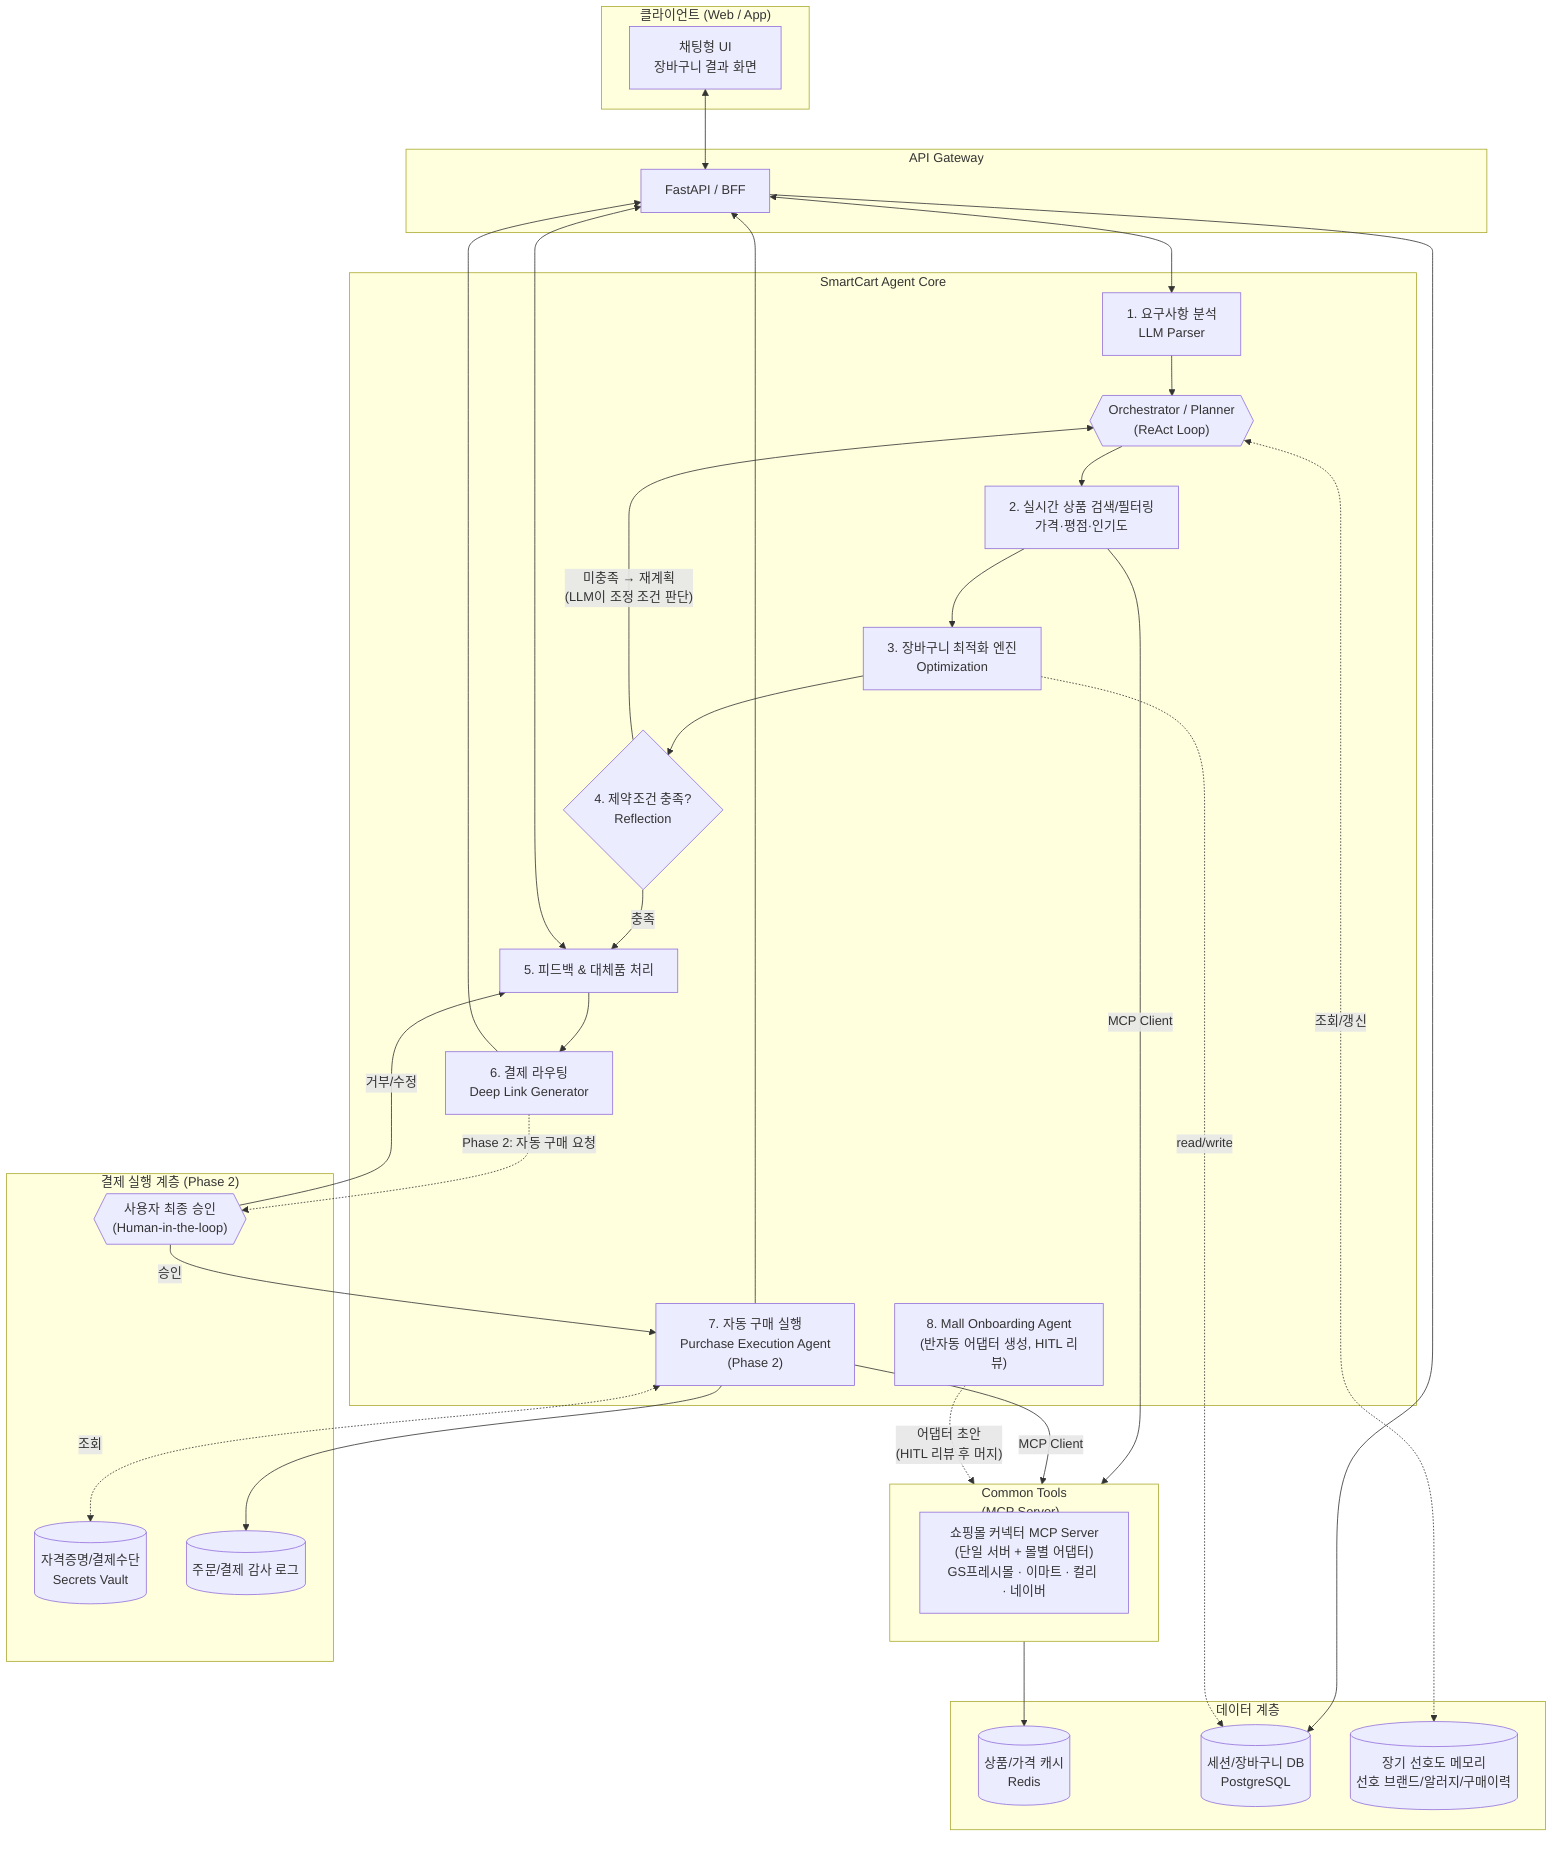
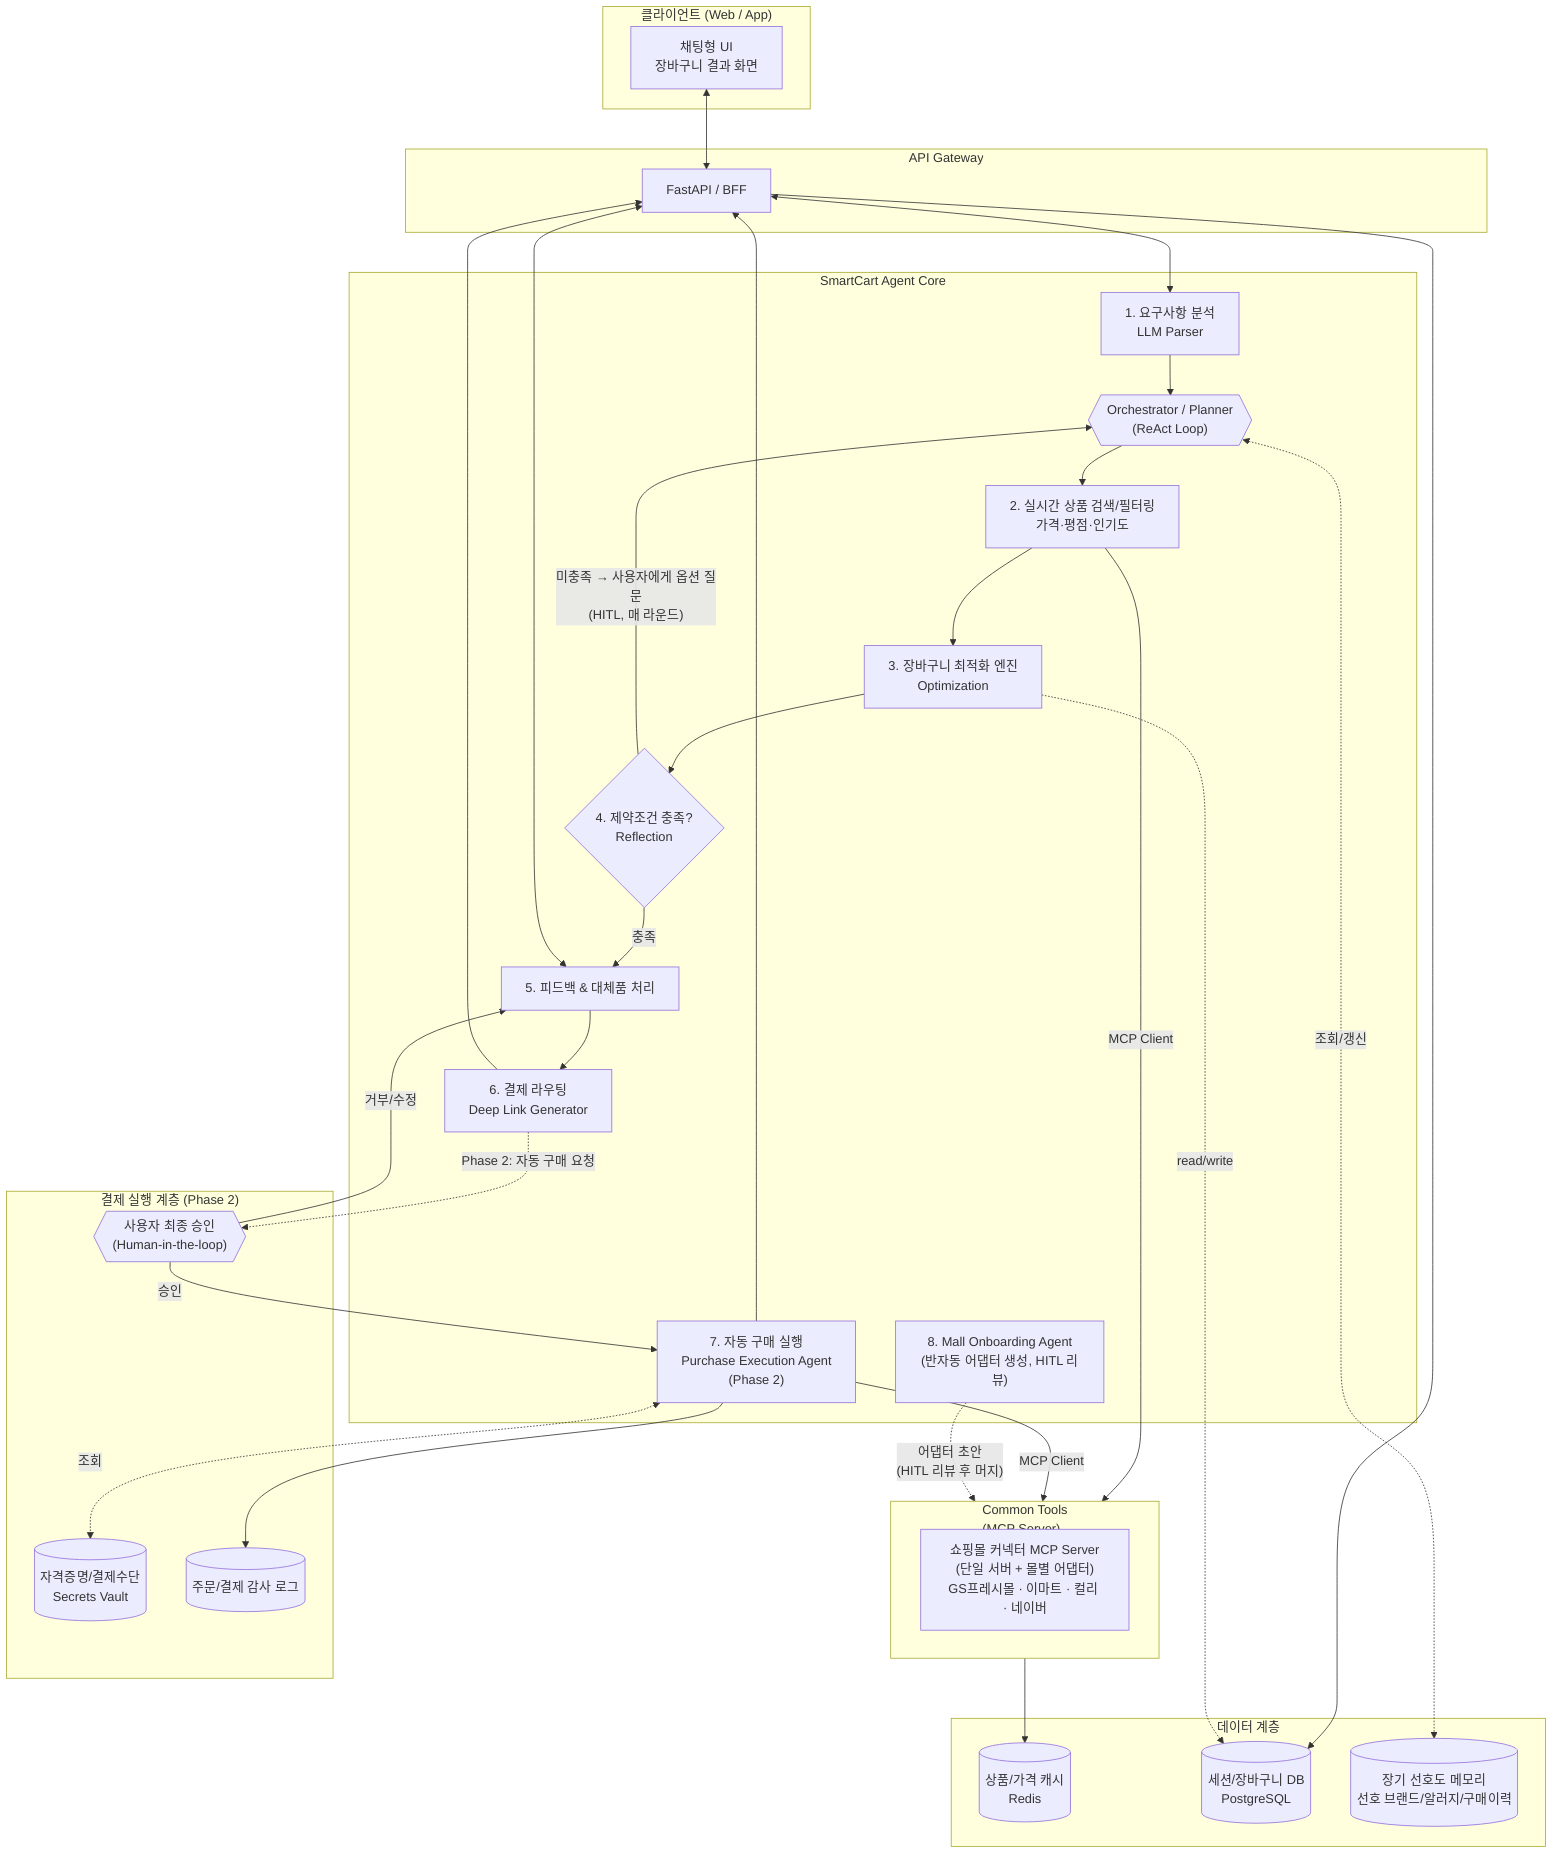
flowchart TB
    subgraph Client["클라이언트 (Web / App)"]
        UI[채팅형 UI<br/>장바구니 결과 화면]
    end

    subgraph Gateway["API Gateway"]
        GW[FastAPI / BFF]
    end

    subgraph Agent["SmartCart Agent Core"]
        Parser[1. 요구사항 분석<br/>LLM Parser]
        Orchestrator{{"Orchestrator / Planner<br/>(ReAct Loop)"}}
        Search[2. 실시간 상품 검색/필터링<br/>가격·평점·인기도]
        Optimizer[3. 장바구니 최적화 엔진<br/>Optimization]
        Reflect{4. 제약조건 충족?<br/>Reflection}
        Feedback[5. 피드백 & 대체품 처리]
        Router[6. 결제 라우팅<br/>Deep Link Generator]
        Purchase["7. 자동 구매 실행<br/>Purchase Execution Agent<br/>(Phase 2)"]
        Onboarding["8. Mall Onboarding Agent<br/>(반자동 어댑터 생성, HITL 리뷰)"]
    end

    subgraph Tools["Common Tools<br/>(MCP Server)"]
        MallConnector["쇼핑몰 커넥터 MCP Server<br/>(단일 서버 + 몰별 어댑터)<br/>GS프레시몰 · 이마트 · 컬리 · 네이버"]
    end

    subgraph Checkout["결제 실행 계층 (Phase 2)"]
        HITL{{"사용자 최종 승인<br/>(Human-in-the-loop)"}}
        Vault[(자격증명/결제수단<br/>Secrets Vault)]
        AuditLog[(주문/결제 감사 로그)]
    end

    subgraph Data["데이터 계층"]
        Cache[(상품/가격 캐시<br/>Redis)]
        DB[(세션/장바구니 DB<br/>PostgreSQL)]
        Memory[(장기 선호도 메모리<br/>선호 브랜드/알러지/구매이력)]
    end

    UI <--> GW
    GW <--> Parser
    Parser --> Orchestrator
    Orchestrator --> Search
    Search -- "MCP Client" --> Tools
    Tools --> Cache
    Search --> Optimizer
    Optimizer --> Reflect
-     Reflect -- "미충족 → 재계획<br/>(LLM이 조정 조건 판단)" --> Orchestrator
+     Reflect -- "미충족 → 사용자에게 옵션 질문<br/>(HITL, 매 라운드)" --> Orchestrator
    Reflect -- "충족" --> Feedback
    Feedback <--> GW
    Feedback --> Router
    Router --> GW
    Router -. "Phase 2: 자동 구매 요청" .-> HITL
    HITL -- "승인" --> Purchase
    HITL -- "거부/수정" --> Feedback
    Purchase -- "MCP Client" --> Tools
    Purchase <-.조회.-> Vault
    Purchase --> AuditLog
    Purchase --> GW
    GW --> DB
    Optimizer -.read/write.-> DB
    Orchestrator <-.조회/갱신.-> Memory
    Onboarding -. "어댑터 초안<br/>(HITL 리뷰 후 머지)" .-> Tools
